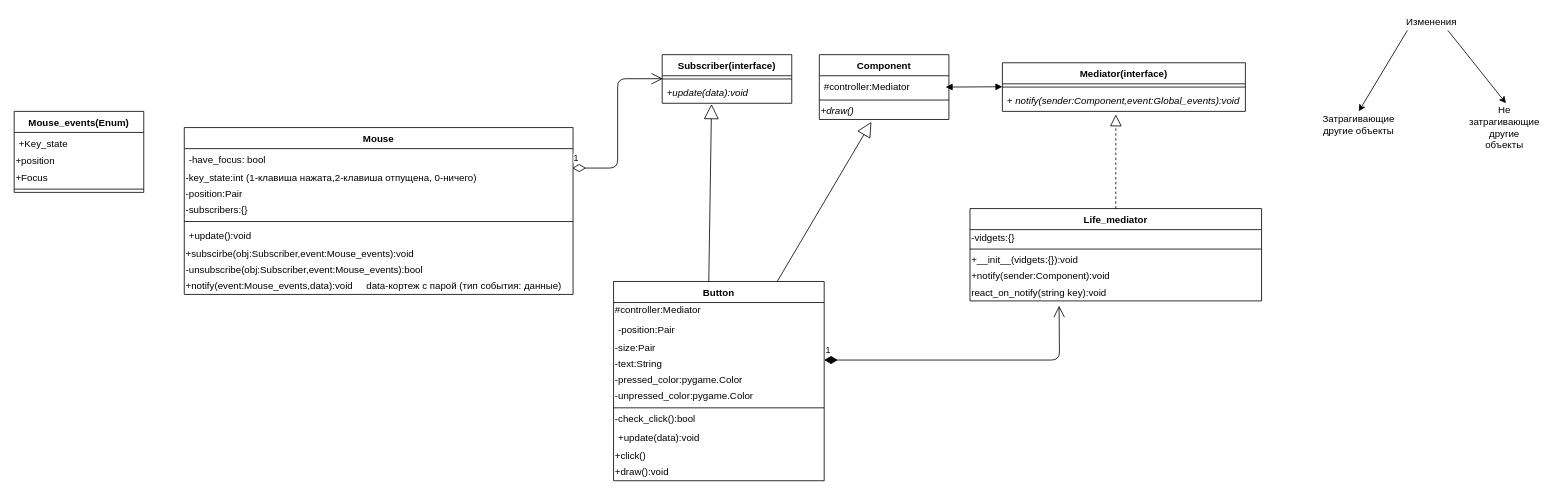
Before: Untitled Diagram.drawio in izolator3000/LIFE, a draw.io diagram. Source tidied: cells renumbered, new cells numbered last; positions are measured from the earlier drawing's top-left corner, leaving out a move shared by most shapes. Both pictures are drawn from the tidied source at 81%, with x=0, y=0 at pixel (14, 14).
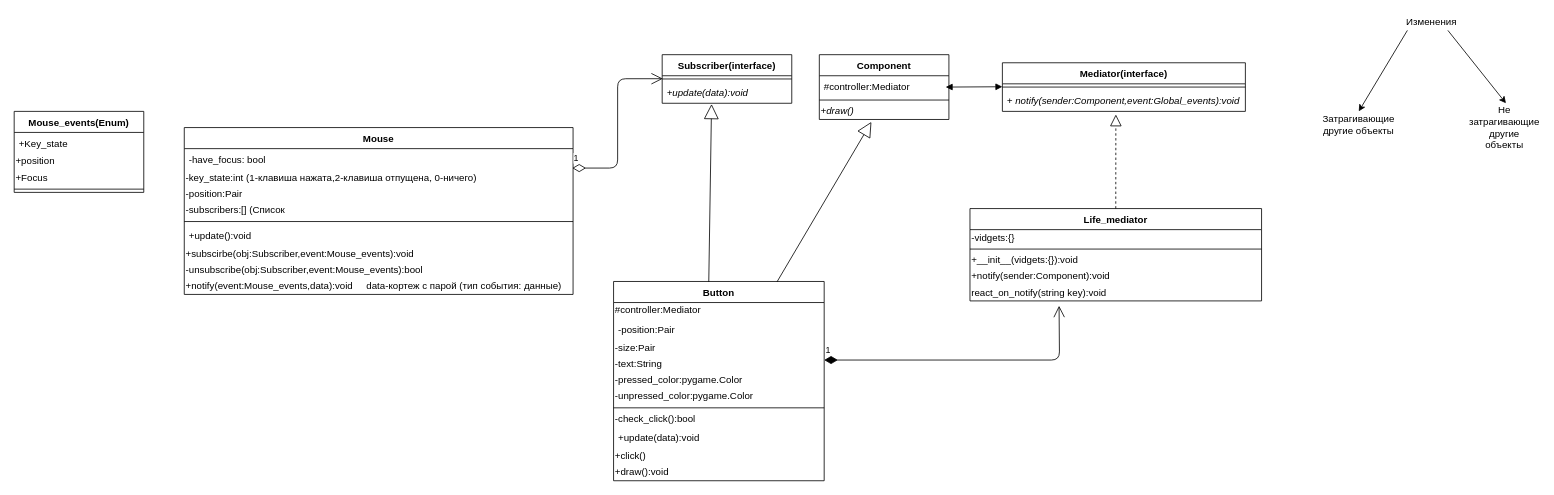
After the change.

The change refers to these unchanged cells:
```xml
<mxCell id="2" value="Mouse" style="swimlane;fontStyle=1;align=center;verticalAlign=top;horizontal=1;startSize=26;" parent="1" vertex="1">
  <mxGeometry x="210" y="140" width="480" height="206" as="geometry" />
</mxCell>
```

Change to the diagram source:
```diff
@@
-    <mxCell id="6" value="-subscribers:{}" style="text;html=1;strokeColor=none;fillColor=none;align=left;verticalAlign=middle;whiteSpace=wrap;rounded=0;" parent="2" vertex="1">
+    <mxCell id="6" value="-subscribers:[] (Список&amp;nbsp;" style="text;html=1;strokeColor=none;fillColor=none;align=left;verticalAlign=middle;whiteSpace=wrap;rounded=0;" parent="2" vertex="1">
       <mxGeometry y="92" width="480" height="20" as="geometry" />
     </mxCell>
```
